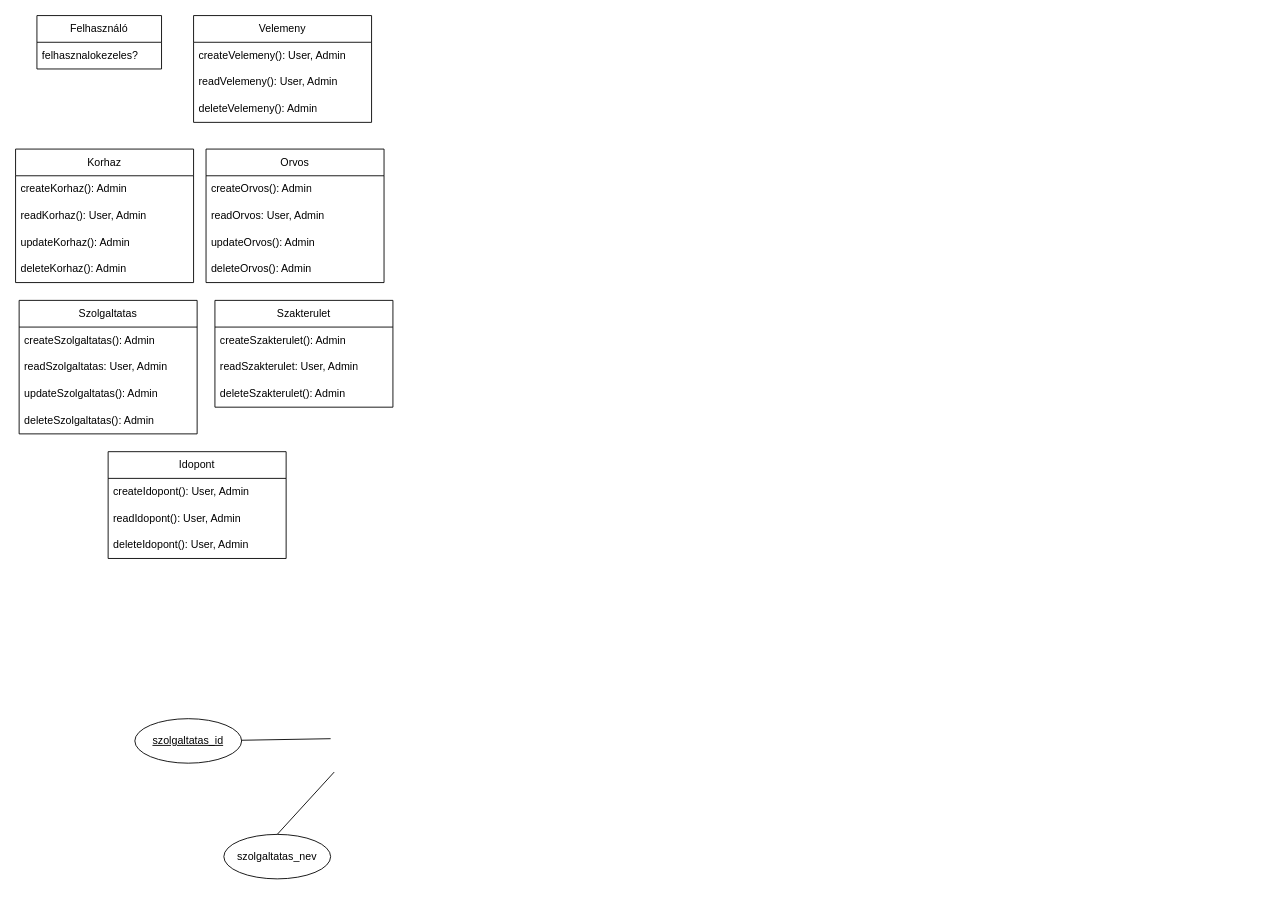
The draw.io diagram Tervek/funkciocsomagok.drawio in horvathbence06/Vizsgaremek, before the edit. Source tidied: cells renumbered, new cells numbered last; positions are measured from the earlier drawing's top-left corner, leaving out a move shared by most shapes. Both pictures are drawn from the tidied source at 89%, with x=0, y=0 at pixel (15, 15).
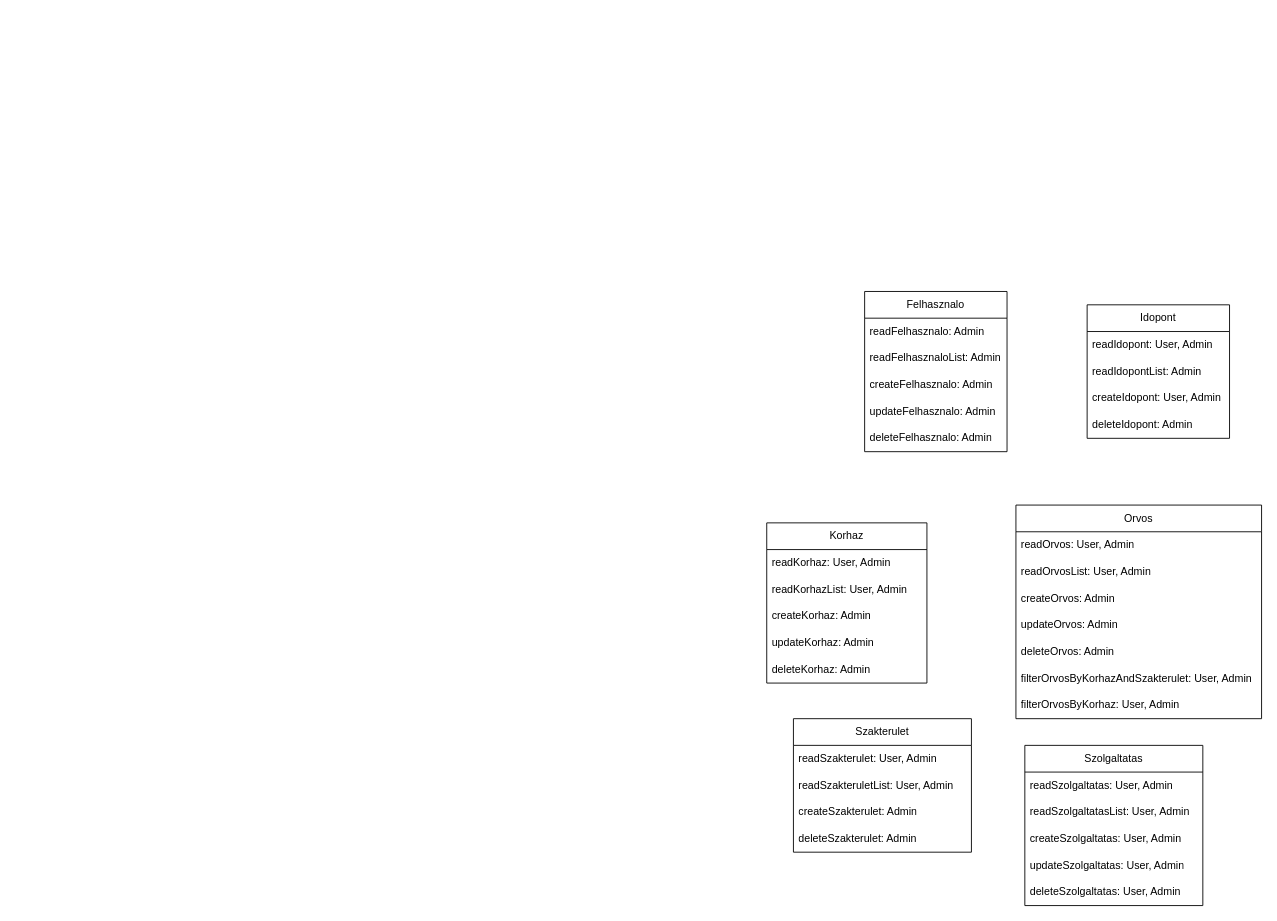
After the change.

The edit, as a diff of the source:
```diff
@@
-    <mxCell id="2" value="&lt;u&gt;szolgaltatas_id&lt;/u&gt;" style="ellipse;whiteSpace=wrap;html=1;" parent="1" vertex="1">
-      <mxGeometry x="134" y="790" width="120" height="50" as="geometry" />
-    </mxCell>
-    <mxCell id="3" style="endArrow=none;html=1;rounded=0;exitX=0;exitY=0.25;exitDx=0;exitDy=0;endFill=0;" parent="1" edge="1" target="2">
-      <mxGeometry relative="1" as="geometry">
-        <mxPoint x="354" y="812.5" as="sourcePoint" />
-      </mxGeometry>
-    </mxCell>
-    <mxCell id="4" value="szolgaltatas_nev" style="ellipse;whiteSpace=wrap;html=1;" parent="1" vertex="1">
-      <mxGeometry x="234" y="920" width="120" height="50" as="geometry" />
-    </mxCell>
-    <mxCell id="5" style="endArrow=none;html=1;rounded=0;exitX=0;exitY=0.25;exitDx=0;exitDy=0;endFill=0;entryX=0.5;entryY=0;entryDx=0;entryDy=0;" parent="1" edge="1" target="4">
-      <mxGeometry relative="1" as="geometry">
-        <mxPoint x="358" y="850" as="sourcePoint" />
-      </mxGeometry>
-    </mxCell>
-    <mxCell id="6" value="Felhasználó" style="swimlane;fontStyle=0;horizontal=1;startSize=30;whiteSpace=wrap;html=1;" parent="1" vertex="1">
-      <mxGeometry x="24" width="140" height="60" as="geometry" />
-    </mxCell>
-    <mxCell id="7" value="felhasznalokezeles?" style="text;strokeColor=none;fillColor=none;align=left;verticalAlign=middle;spacingLeft=4;spacingRight=4;overflow=hidden;whiteSpace=wrap;html=1;" parent="6" vertex="1">
-      <mxGeometry y="30" width="140" height="30" as="geometry" />
-    </mxCell>
-    <mxCell id="8" value="Velemeny" style="swimlane;fontStyle=0;horizontal=1;startSize=30;whiteSpace=wrap;html=1;" parent="1" vertex="1">
-      <mxGeometry x="200" width="200" height="120" as="geometry" />
-    </mxCell>
-    <mxCell id="9" value="createVelemeny(): User, Admin" style="text;strokeColor=none;fillColor=none;align=left;verticalAlign=middle;spacingLeft=4;spacingRight=4;overflow=hidden;whiteSpace=wrap;html=1;" parent="8" vertex="1">
-      <mxGeometry y="30" width="200" height="30" as="geometry" />
-    </mxCell>
-    <mxCell id="10" value="readVelemeny(): User, Admin" style="text;strokeColor=none;fillColor=none;align=left;verticalAlign=middle;spacingLeft=4;spacingRight=4;overflow=hidden;whiteSpace=wrap;html=1;" parent="8" vertex="1">
-      <mxGeometry y="60" width="200" height="30" as="geometry" />
-    </mxCell>
-    <mxCell id="11" value="deleteVelemeny(): Admin" style="text;strokeColor=none;fillColor=none;align=left;verticalAlign=middle;spacingLeft=4;spacingRight=4;overflow=hidden;whiteSpace=wrap;html=1;" parent="8" vertex="1">
-      <mxGeometry y="90" width="200" height="30" as="geometry" />
-    </mxCell>
+    <mxCell id="35" value="Felhasznalo" style="swimlane;fontStyle=0;horizontal=1;startSize=30;whiteSpace=wrap;html=1;" parent="1" vertex="1">
+      <mxGeometry x="954" y="310" width="160" height="180" as="geometry" />
+    </mxCell>
+    <mxCell id="36" value="readFelhasznalo: Admin" style="text;strokeColor=none;fillColor=none;align=left;verticalAlign=middle;spacingLeft=4;spacingRight=4;overflow=hidden;whiteSpace=wrap;html=1;" parent="35" vertex="1">
+      <mxGeometry y="30" width="160" height="30" as="geometry" />
+    </mxCell>
+    <mxCell id="37" value="readFelhasznaloList: Admin" style="text;strokeColor=none;fillColor=none;align=left;verticalAlign=middle;spacingLeft=4;spacingRight=4;overflow=hidden;whiteSpace=wrap;html=1;" parent="35" vertex="1">
+      <mxGeometry y="60" width="160" height="30" as="geometry" />
+    </mxCell>
+    <mxCell id="38" value="createFelhasznalo: Admin" style="text;strokeColor=none;fillColor=none;align=left;verticalAlign=middle;spacingLeft=4;spacingRight=4;overflow=hidden;whiteSpace=wrap;html=1;" parent="35" vertex="1">
+      <mxGeometry y="90" width="160" height="30" as="geometry" />
+    </mxCell>
+    <mxCell id="39" value="updateFelhasznalo: Admin" style="text;strokeColor=none;fillColor=none;align=left;verticalAlign=middle;spacingLeft=4;spacingRight=4;overflow=hidden;whiteSpace=wrap;html=1;" parent="35" vertex="1">
+      <mxGeometry y="120" width="160" height="30" as="geometry" />
+    </mxCell>
+    <mxCell id="40" value="deleteFelhasznalo: Admin" style="text;strokeColor=none;fillColor=none;align=left;verticalAlign=middle;spacingLeft=4;spacingRight=4;overflow=hidden;whiteSpace=wrap;html=1;" parent="35" vertex="1">
+      <mxGeometry y="150" width="160" height="30" as="geometry" />
+    </mxCell>
+    <mxCell id="31" value="Idopont" style="swimlane;fontStyle=0;horizontal=1;startSize=30;whiteSpace=wrap;html=1;" parent="1" vertex="1">
+      <mxGeometry x="1204" y="325" width="160" height="150" as="geometry" />
+    </mxCell>
+    <mxCell id="41" value="readIdopont: User, Admin" style="text;strokeColor=none;fillColor=none;align=left;verticalAlign=middle;spacingLeft=4;spacingRight=4;overflow=hidden;whiteSpace=wrap;html=1;" parent="31" vertex="1">
+      <mxGeometry y="30" width="160" height="30" as="geometry" />
+    </mxCell>
+    <mxCell id="42" value="readIdopontList: Admin" style="text;strokeColor=none;fillColor=none;align=left;verticalAlign=middle;spacingLeft=4;spacingRight=4;overflow=hidden;whiteSpace=wrap;html=1;" parent="31" vertex="1">
+      <mxGeometry y="60" width="160" height="30" as="geometry" />
+    </mxCell>
+    <mxCell id="43" value="createIdopont: User, Admin" style="text;strokeColor=none;fillColor=none;align=left;verticalAlign=middle;spacingLeft=4;spacingRight=4;overflow=hidden;whiteSpace=wrap;html=1;" parent="31" vertex="1">
+      <mxGeometry y="90" width="160" height="30" as="geometry" />
+    </mxCell>
+    <mxCell id="44" value="deleteIdopont: Admin" style="text;strokeColor=none;fillColor=none;align=left;verticalAlign=middle;spacingLeft=4;spacingRight=4;overflow=hidden;whiteSpace=wrap;html=1;" parent="31" vertex="1">
+      <mxGeometry y="120" width="160" height="30" as="geometry" />
+    </mxCell>
     <mxCell id="12" value="Korhaz" style="swimlane;fontStyle=0;horizontal=1;startSize=30;whiteSpace=wrap;html=1;" parent="1" vertex="1">
-      <mxGeometry y="150" width="200" height="150" as="geometry" />
+      <mxGeometry x="844" y="570" width="180" height="180" as="geometry" />
     </mxCell>
-    <mxCell id="13" value="createKorhaz(): Admin" style="text;strokeColor=none;fillColor=none;align=left;verticalAlign=middle;spacingLeft=4;spacingRight=4;overflow=hidden;whiteSpace=wrap;html=1;" parent="12" vertex="1">
-      <mxGeometry y="30" width="200" height="30" as="geometry" />
-    </mxCell>
-    <mxCell id="14" value="readKorhaz(): User, Admin" style="text;strokeColor=none;fillColor=none;align=left;verticalAlign=middle;spacingLeft=4;spacingRight=4;overflow=hidden;whiteSpace=wrap;html=1;" parent="12" vertex="1">
-      <mxGeometry y="60" width="200" height="30" as="geometry" />
-    </mxCell>
-    <mxCell id="15" value="updateKorhaz(): Admin" style="text;strokeColor=none;fillColor=none;align=left;verticalAlign=middle;spacingLeft=4;spacingRight=4;overflow=hidden;whiteSpace=wrap;html=1;" parent="12" vertex="1">
-      <mxGeometry y="90" width="200" height="30" as="geometry" />
-    </mxCell>
-    <mxCell id="16" value="deleteKorhaz(): Admin" style="text;strokeColor=none;fillColor=none;align=left;verticalAlign=middle;spacingLeft=4;spacingRight=4;overflow=hidden;whiteSpace=wrap;html=1;" parent="12" vertex="1">
-      <mxGeometry y="120" width="200" height="30" as="geometry" />
-    </mxCell>
+    <mxCell id="45" value="readKorhaz: User, Admin" style="text;strokeColor=none;fillColor=none;align=left;verticalAlign=middle;spacingLeft=4;spacingRight=4;overflow=hidden;whiteSpace=wrap;html=1;" parent="12" vertex="1">
+      <mxGeometry y="30" width="180" height="30" as="geometry" />
+    </mxCell>
+    <mxCell id="46" value="readKorhazList: User, Admin" style="text;strokeColor=none;fillColor=none;align=left;verticalAlign=middle;spacingLeft=4;spacingRight=4;overflow=hidden;whiteSpace=wrap;html=1;" parent="12" vertex="1">
+      <mxGeometry y="60" width="180" height="30" as="geometry" />
+    </mxCell>
+    <mxCell id="47" value="createKorhaz: Admin" style="text;strokeColor=none;fillColor=none;align=left;verticalAlign=middle;spacingLeft=4;spacingRight=4;overflow=hidden;whiteSpace=wrap;html=1;" parent="12" vertex="1">
+      <mxGeometry y="90" width="180" height="30" as="geometry" />
+    </mxCell>
+    <mxCell id="48" value="updateKorhaz: Admin" style="text;strokeColor=none;fillColor=none;align=left;verticalAlign=middle;spacingLeft=4;spacingRight=4;overflow=hidden;whiteSpace=wrap;html=1;" parent="12" vertex="1">
+      <mxGeometry y="120" width="180" height="30" as="geometry" />
+    </mxCell>
+    <mxCell id="49" value="deleteKorhaz: Admin" style="text;strokeColor=none;fillColor=none;align=left;verticalAlign=middle;spacingLeft=4;spacingRight=4;overflow=hidden;whiteSpace=wrap;html=1;" parent="12" vertex="1">
+      <mxGeometry y="150" width="180" height="30" as="geometry" />
+    </mxCell>
     <mxCell id="17" value="Orvos" style="swimlane;fontStyle=0;horizontal=1;startSize=30;whiteSpace=wrap;html=1;" parent="1" vertex="1">
-      <mxGeometry x="214" y="150" width="200" height="150" as="geometry" />
+      <mxGeometry x="1124" y="550" width="276" height="240" as="geometry" />
     </mxCell>
-    <mxCell id="18" value="createOrvos(): Admin" style="text;strokeColor=none;fillColor=none;align=left;verticalAlign=middle;spacingLeft=4;spacingRight=4;overflow=hidden;whiteSpace=wrap;html=1;" parent="17" vertex="1">
-      <mxGeometry y="30" width="200" height="30" as="geometry" />
-    </mxCell>
     <mxCell id="19" value="readOrvos: User, Admin" style="text;strokeColor=none;fillColor=none;align=left;verticalAlign=middle;spacingLeft=4;spacingRight=4;overflow=hidden;whiteSpace=wrap;html=1;" parent="17" vertex="1">
-      <mxGeometry y="60" width="200" height="30" as="geometry" />
+      <mxGeometry y="30" width="276" height="30" as="geometry" />
     </mxCell>
-    <mxCell id="20" value="updateOrvos(): Admin" style="text;strokeColor=none;fillColor=none;align=left;verticalAlign=middle;spacingLeft=4;spacingRight=4;overflow=hidden;whiteSpace=wrap;html=1;" parent="17" vertex="1">
-      <mxGeometry y="90" width="200" height="30" as="geometry" />
-    </mxCell>
-    <mxCell id="21" value="deleteOrvos(): Admin" style="text;strokeColor=none;fillColor=none;align=left;verticalAlign=middle;spacingLeft=4;spacingRight=4;overflow=hidden;whiteSpace=wrap;html=1;" parent="17" vertex="1">
-      <mxGeometry y="120" width="200" height="30" as="geometry" />
-    </mxCell>
+    <mxCell id="50" value="readOrvosList: User, Admin" style="text;strokeColor=none;fillColor=none;align=left;verticalAlign=middle;spacingLeft=4;spacingRight=4;overflow=hidden;whiteSpace=wrap;html=1;" parent="17" vertex="1">
+      <mxGeometry y="60" width="276" height="30" as="geometry" />
+    </mxCell>
+    <mxCell id="51" value="createOrvos: Admin" style="text;strokeColor=none;fillColor=none;align=left;verticalAlign=middle;spacingLeft=4;spacingRight=4;overflow=hidden;whiteSpace=wrap;html=1;" parent="17" vertex="1">
+      <mxGeometry y="90" width="276" height="30" as="geometry" />
+    </mxCell>
+    <mxCell id="52" value="updateOrvos: Admin" style="text;strokeColor=none;fillColor=none;align=left;verticalAlign=middle;spacingLeft=4;spacingRight=4;overflow=hidden;whiteSpace=wrap;html=1;" parent="17" vertex="1">
+      <mxGeometry y="120" width="276" height="30" as="geometry" />
+    </mxCell>
+    <mxCell id="53" value="deleteOrvos: Admin" style="text;strokeColor=none;fillColor=none;align=left;verticalAlign=middle;spacingLeft=4;spacingRight=4;overflow=hidden;whiteSpace=wrap;html=1;" parent="17" vertex="1">
+      <mxGeometry y="150" width="276" height="30" as="geometry" />
+    </mxCell>
+    <mxCell id="54" value="filterOrvosByKorhazAndSzakterulet: User, Admin" style="text;strokeColor=none;fillColor=none;align=left;verticalAlign=middle;spacingLeft=4;spacingRight=4;overflow=hidden;whiteSpace=wrap;html=1;" parent="17" vertex="1">
+      <mxGeometry y="180" width="276" height="30" as="geometry" />
+    </mxCell>
+    <mxCell id="55" value="filterOrvosByKorhaz: User, Admin" style="text;strokeColor=none;fillColor=none;align=left;verticalAlign=middle;spacingLeft=4;spacingRight=4;overflow=hidden;whiteSpace=wrap;html=1;" parent="17" vertex="1">
+      <mxGeometry y="210" width="276" height="30" as="geometry" />
+    </mxCell>
+    <mxCell id="27" value="Szakterulet" style="swimlane;fontStyle=0;horizontal=1;startSize=30;whiteSpace=wrap;html=1;" parent="1" vertex="1">
+      <mxGeometry x="874" y="790" width="200" height="150" as="geometry" />
+    </mxCell>
+    <mxCell id="29" value="readSzakterulet: User, Admin" style="text;strokeColor=none;fillColor=none;align=left;verticalAlign=middle;spacingLeft=4;spacingRight=4;overflow=hidden;whiteSpace=wrap;html=1;" parent="27" vertex="1">
+      <mxGeometry y="30" width="200" height="30" as="geometry" />
+    </mxCell>
+    <mxCell id="56" value="readSzakteruletList: User, Admin" style="text;strokeColor=none;fillColor=none;align=left;verticalAlign=middle;spacingLeft=4;spacingRight=4;overflow=hidden;whiteSpace=wrap;html=1;" parent="27" vertex="1">
+      <mxGeometry y="60" width="200" height="30" as="geometry" />
+    </mxCell>
+    <mxCell id="57" value="createSzakterulet: Admin" style="text;strokeColor=none;fillColor=none;align=left;verticalAlign=middle;spacingLeft=4;spacingRight=4;overflow=hidden;whiteSpace=wrap;html=1;" parent="27" vertex="1">
+      <mxGeometry y="90" width="200" height="30" as="geometry" />
+    </mxCell>
+    <mxCell id="58" value="deleteSzakterulet: Admin" style="text;strokeColor=none;fillColor=none;align=left;verticalAlign=middle;spacingLeft=4;spacingRight=4;overflow=hidden;whiteSpace=wrap;html=1;" parent="27" vertex="1">
+      <mxGeometry y="120" width="200" height="30" as="geometry" />
+    </mxCell>
     <mxCell id="22" value="Szolgaltatas" style="swimlane;fontStyle=0;horizontal=1;startSize=30;whiteSpace=wrap;html=1;" parent="1" vertex="1">
-      <mxGeometry x="4" y="320" width="200" height="150" as="geometry" />
+      <mxGeometry x="1134" y="820" width="200" height="180" as="geometry" />
     </mxCell>
-    <mxCell id="23" value="createSzolgaltatas(): Admin" style="text;strokeColor=none;fillColor=none;align=left;verticalAlign=middle;spacingLeft=4;spacingRight=4;overflow=hidden;whiteSpace=wrap;html=1;" parent="22" vertex="1">
-      <mxGeometry y="30" width="200" height="30" as="geometry" />
-    </mxCell>
     <mxCell id="24" value="readSzolgaltatas: User, Admin" style="text;strokeColor=none;fillColor=none;align=left;verticalAlign=middle;spacingLeft=4;spacingRight=4;overflow=hidden;whiteSpace=wrap;html=1;" parent="22" vertex="1">
-      <mxGeometry y="60" width="200" height="30" as="geometry" />
+      <mxGeometry y="30" width="200" height="30" as="geometry" />
     </mxCell>
-    <mxCell id="25" value="updateSzolgaltatas(): Admin" style="text;strokeColor=none;fillColor=none;align=left;verticalAlign=middle;spacingLeft=4;spacingRight=4;overflow=hidden;whiteSpace=wrap;html=1;" parent="22" vertex="1">
-      <mxGeometry y="90" width="200" height="30" as="geometry" />
-    </mxCell>
-    <mxCell id="26" value="deleteSzolgaltatas(): Admin" style="text;strokeColor=none;fillColor=none;align=left;verticalAlign=middle;spacingLeft=4;spacingRight=4;overflow=hidden;whiteSpace=wrap;html=1;" parent="22" vertex="1">
-      <mxGeometry y="120" width="200" height="30" as="geometry" />
-    </mxCell>
-    <mxCell id="27" value="Szakterulet" style="swimlane;fontStyle=0;horizontal=1;startSize=30;whiteSpace=wrap;html=1;" parent="1" vertex="1">
-      <mxGeometry x="224" y="320" width="200" height="120" as="geometry" />
-    </mxCell>
-    <mxCell id="28" value="createSzakterulet(): Admin" style="text;strokeColor=none;fillColor=none;align=left;verticalAlign=middle;spacingLeft=4;spacingRight=4;overflow=hidden;whiteSpace=wrap;html=1;" parent="27" vertex="1">
-      <mxGeometry y="30" width="200" height="30" as="geometry" />
-    </mxCell>
-    <mxCell id="29" value="readSzakterulet: User, Admin" style="text;strokeColor=none;fillColor=none;align=left;verticalAlign=middle;spacingLeft=4;spacingRight=4;overflow=hidden;whiteSpace=wrap;html=1;" parent="27" vertex="1">
-      <mxGeometry y="60" width="200" height="30" as="geometry" />
-    </mxCell>
-    <mxCell id="30" value="deleteSzakterulet(): Admin" style="text;strokeColor=none;fillColor=none;align=left;verticalAlign=middle;spacingLeft=4;spacingRight=4;overflow=hidden;whiteSpace=wrap;html=1;" parent="27" vertex="1">
-      <mxGeometry y="90" width="200" height="30" as="geometry" />
-    </mxCell>
-    <mxCell id="31" value="Idopont" style="swimlane;fontStyle=0;horizontal=1;startSize=30;whiteSpace=wrap;html=1;" parent="1" vertex="1">
-      <mxGeometry x="104" y="490" width="200" height="120" as="geometry" />
-    </mxCell>
-    <mxCell id="32" value="createIdopont(): User, Admin" style="text;strokeColor=none;fillColor=none;align=left;verticalAlign=middle;spacingLeft=4;spacingRight=4;overflow=hidden;whiteSpace=wrap;html=1;" parent="31" vertex="1">
-      <mxGeometry y="30" width="200" height="30" as="geometry" />
-    </mxCell>
-    <mxCell id="33" value="readIdopont(): User, Admin" style="text;strokeColor=none;fillColor=none;align=left;verticalAlign=middle;spacingLeft=4;spacingRight=4;overflow=hidden;whiteSpace=wrap;html=1;" parent="31" vertex="1">
-      <mxGeometry y="60" width="200" height="30" as="geometry" />
-    </mxCell>
-    <mxCell id="34" value="deleteIdopont(): User, Admin" style="text;strokeColor=none;fillColor=none;align=left;verticalAlign=middle;spacingLeft=4;spacingRight=4;overflow=hidden;whiteSpace=wrap;html=1;" parent="31" vertex="1">
-      <mxGeometry y="90" width="200" height="30" as="geometry" />
-    </mxCell>
+    <mxCell id="59" value="readSzolgaltatasList: User, Admin" style="text;strokeColor=none;fillColor=none;align=left;verticalAlign=middle;spacingLeft=4;spacingRight=4;overflow=hidden;whiteSpace=wrap;html=1;" parent="22" vertex="1">
+      <mxGeometry y="60" width="200" height="30" as="geometry" />
+    </mxCell>
+    <mxCell id="60" value="createSzolgaltatas: User, Admin" style="text;strokeColor=none;fillColor=none;align=left;verticalAlign=middle;spacingLeft=4;spacingRight=4;overflow=hidden;whiteSpace=wrap;html=1;" parent="22" vertex="1">
+      <mxGeometry y="90" width="200" height="30" as="geometry" />
+    </mxCell>
+    <mxCell id="61" value="updateSzolgaltatas: User, Admin" style="text;strokeColor=none;fillColor=none;align=left;verticalAlign=middle;spacingLeft=4;spacingRight=4;overflow=hidden;whiteSpace=wrap;html=1;" parent="22" vertex="1">
+      <mxGeometry y="120" width="200" height="30" as="geometry" />
+    </mxCell>
+    <mxCell id="62" value="deleteSzolgaltatas: User, Admin" style="text;strokeColor=none;fillColor=none;align=left;verticalAlign=middle;spacingLeft=4;spacingRight=4;overflow=hidden;whiteSpace=wrap;html=1;" parent="22" vertex="1">
+      <mxGeometry y="150" width="200" height="30" as="geometry" />
+    </mxCell>
```
